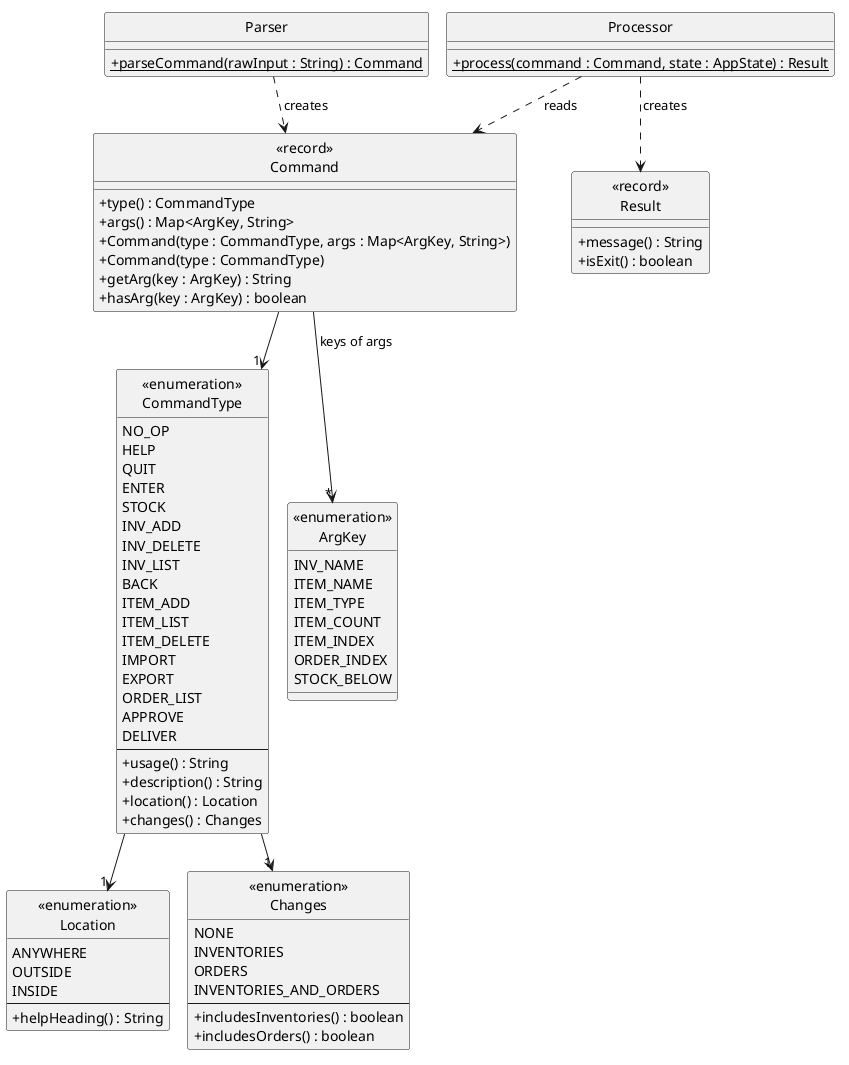
The PlantUML diagram docs/images/CommandClassDiagram.png in AY2627S1-CS2113-W14-4/tp, before a commit. Its source is kept beside it as docs/diagrams/CommandClassDiagram.puml. Source of this version:
```plantuml
@startuml
!pragma layout smetana
hide circle
skinparam classAttributeIconSize 0

class "<<record>>\nCommand" as Command {
    + type() : CommandType
    + args() : Map<ArgKey, String>
    + Command(type : CommandType, args : Map<ArgKey, String>)
    + Command(type : CommandType)
    + getArg(key : ArgKey) : String
    + hasArg(key : ArgKey) : boolean
}

enum "<<enumeration>>\nCommandType" as CommandType {
    NO_OP
    HELP
    QUIT
    ENTER
    STOCK
    INV_ADD
    INV_DELETE
    INV_LIST
    BACK
    ITEM_ADD
    ITEM_LIST
    ITEM_DELETE
    IMPORT
    EXPORT
    ORDER_LIST
    APPROVE
    DELIVER
    --
    + usage() : String
    + description() : String
    + location() : Location
    + changes() : Changes
}

enum "<<enumeration>>\nLocation" as Location {
    ANYWHERE
    OUTSIDE
    INSIDE
    --
    + helpHeading() : String
}

enum "<<enumeration>>\nChanges" as Changes {
    NONE
    INVENTORIES
    ORDERS
    INVENTORIES_AND_ORDERS
    --
    + includesInventories() : boolean
    + includesOrders() : boolean
}

enum "<<enumeration>>\nArgKey" as ArgKey {
    INV_NAME
    ITEM_NAME
    ITEM_TYPE
    ITEM_COUNT
    ITEM_INDEX
    ORDER_INDEX
    STOCK_BELOW
}

class "<<record>>\nResult" as Result {
    + message() : String
    + isExit() : boolean
}

class Parser {
    + {static} parseCommand(rawInput : String) : Command
}

class Processor {
    + {static} process(command : Command, state : AppState) : Result
}

Command --> "1" CommandType
CommandType --> "1" Location
CommandType --> "1" Changes
Command --> "*" ArgKey : keys of args
Parser ..> Command : creates
Processor ..> Command : reads
Processor ..> Result : creates
@enduml
```
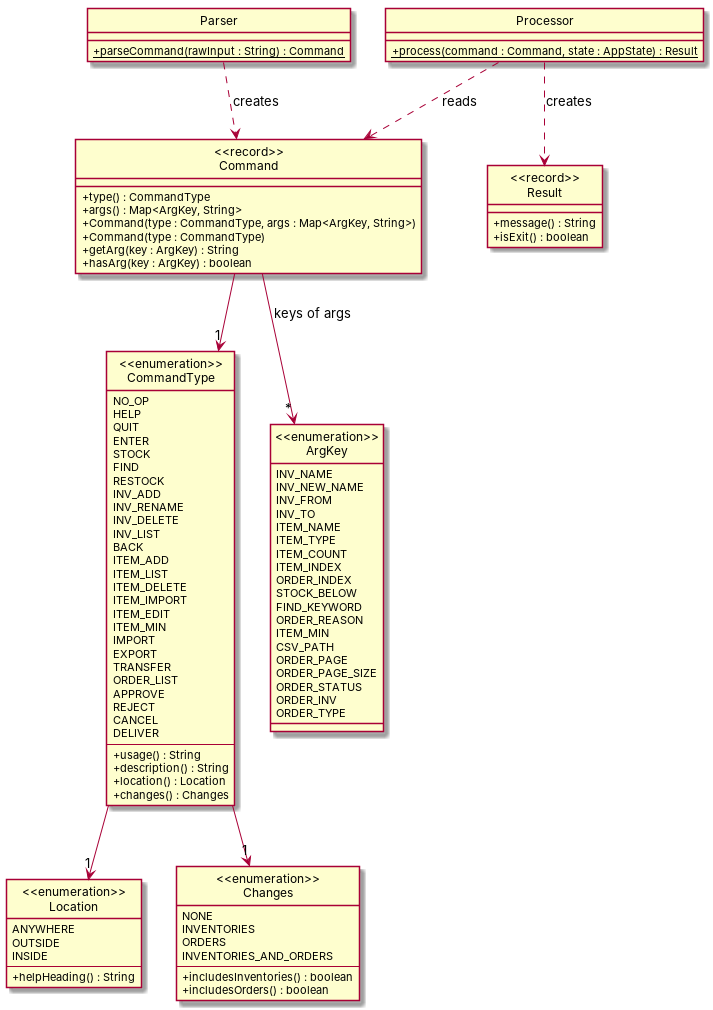
After the change.

Diff of the diagram source:
```diff
@@ -18,17 +18,26 @@
     QUIT
     ENTER
     STOCK
+    FIND
+    RESTOCK
     INV_ADD
+    INV_RENAME
     INV_DELETE
     INV_LIST
     BACK
     ITEM_ADD
     ITEM_LIST
     ITEM_DELETE
+    ITEM_IMPORT
+    ITEM_EDIT
+    ITEM_MIN
     IMPORT
     EXPORT
+    TRANSFER
     ORDER_LIST
     APPROVE
+    REJECT
+    CANCEL
     DELIVER
     --
     + usage() : String
@@ -57,12 +66,24 @@
 
 enum "<<enumeration>>\nArgKey" as ArgKey {
     INV_NAME
+    INV_NEW_NAME
+    INV_FROM
+    INV_TO
     ITEM_NAME
     ITEM_TYPE
     ITEM_COUNT
     ITEM_INDEX
     ORDER_INDEX
     STOCK_BELOW
+    FIND_KEYWORD
+    ORDER_REASON
+    ITEM_MIN
+    CSV_PATH
+    ORDER_PAGE
+    ORDER_PAGE_SIZE
+    ORDER_STATUS
+    ORDER_INV
+    ORDER_TYPE
 }
 
 class "<<record>>\nResult" as Result {
```
